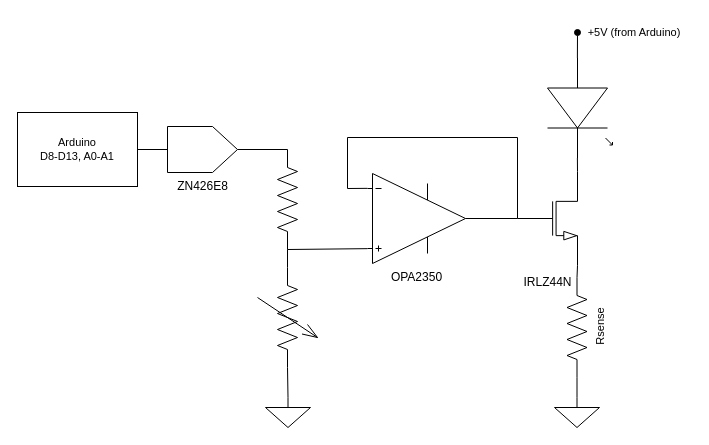
Above: docs/circuit_concept.drawio in tdietel/arduino-led-control (draw.io), before the change. Source tidied: cells renumbered, new cells numbered last; positions are measured from the earlier drawing's top-left corner, leaving out a move shared by most shapes. Both pictures are drawn from the tidied source at 100%, with x=0, y=0 at pixel (17, 17).
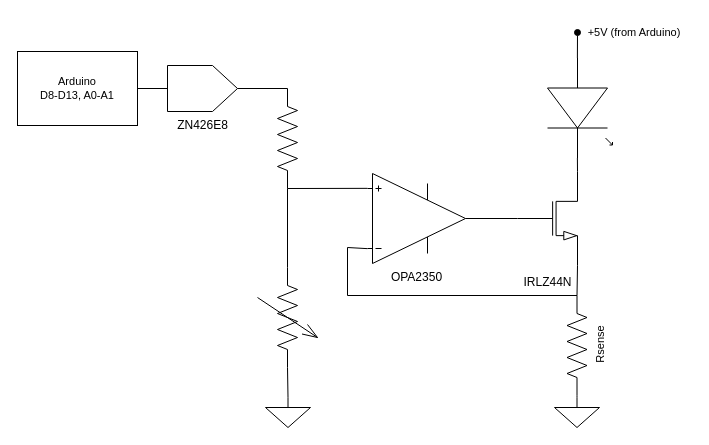
Above is the later version.

Commit message:
Fix schematic circuit

The change refers to these unchanged cells:
```xml
<mxCell id="5" value="IRLZ44N" style="verticalLabelPosition=bottom;shadow=0;dashed=0;align=center;html=1;verticalAlign=top;shape=mxgraph.electrical.transistors.nmos;" parent="1" vertex="1">
  <mxGeometry x="500" y="151" width="60" height="100" as="geometry" />
</mxCell>
```

What changed in the source:
```diff
@@
-    <mxCell id="4" value="OPA2350" style="verticalLabelPosition=bottom;shadow=0;align=center;html=1;verticalAlign=top;shape=mxgraph.electrical.abstract.operational_amp_1;" parent="1" vertex="1">
+    <mxCell id="4" value="OPA2350" style="verticalLabelPosition=bottom;shadow=0;align=center;html=1;verticalAlign=top;shape=mxgraph.electrical.abstract.operational_amp_1;flipV=1;" parent="1" vertex="1">
       <mxGeometry x="350" y="156" width="98" height="90" as="geometry" />
     </mxCell>
@@
     <mxCell id="6" value="ZN426E8" style="verticalLabelPosition=bottom;shadow=0;dashed=0;align=center;html=1;verticalAlign=top;shape=mxgraph.electrical.abstract.dac;" parent="1" vertex="1">
-      <mxGeometry x="150" y="109" width="70" height="46" as="geometry" />
+      <mxGeometry x="150" y="48" width="70" height="46" as="geometry" />
     </mxCell>
@@
     <mxCell id="11" value="Rsense" style="verticalLabelPosition=bottom;shadow=0;dashed=0;align=center;html=1;verticalAlign=top;shape=mxgraph.electrical.resistors.resistor_2;fontFamily=Helvetica;fontSize=11;fontColor=default;labelBackgroundColor=default;rotation=-90;" parent="1" vertex="1">
-      <mxGeometry x="509.5" y="300" width="100" height="20" as="geometry" />
+      <mxGeometry x="509.5" y="318" width="100" height="20" as="geometry" />
     </mxCell>
@@
-    <mxCell id="14" style="edgeStyle=none;shape=connector;rounded=0;html=1;exitX=0;exitY=0.5;exitDx=0;exitDy=0;exitPerimeter=0;entryX=0;entryY=0.165;entryDx=0;entryDy=0;entryPerimeter=0;strokeColor=default;align=center;verticalAlign=middle;fontFamily=Helvetica;fontSize=11;fontColor=default;labelBackgroundColor=default;endArrow=none;endFill=0;curved=0;" parent="1" edge="1" source="5" target="4">
-      <mxGeometry relative="1" as="geometry">
-        <Array as="points">
-          <mxPoint x="500" y="120" />
-          <mxPoint x="330" y="120" />
-          <mxPoint x="330" y="171" />
-        </Array>
-      </mxGeometry>
-    </mxCell>
     <mxCell id="15" style="verticalLabelPosition=bottom;shadow=0;dashed=0;align=center;html=1;verticalAlign=top;shape=mxgraph.electrical.resistors.resistor_2;fontFamily=Helvetica;fontSize=11;fontColor=default;labelBackgroundColor=default;rotation=90;" parent="1" vertex="1">
-      <mxGeometry x="220" y="172" width="100" height="20" as="geometry" />
+      <mxGeometry x="220" y="111" width="100" height="20" as="geometry" />
     </mxCell>
@@
     <mxCell id="22" value="Arduino&lt;div&gt;D8-D13, A0-A1&lt;/div&gt;" style="rounded=0;whiteSpace=wrap;html=1;fontFamily=Helvetica;fontSize=11;fontColor=default;labelBackgroundColor=default;" parent="1" vertex="1">
-      <mxGeometry y="95" width="120" height="74" as="geometry" />
+      <mxGeometry y="34" width="120" height="74" as="geometry" />
     </mxCell>
@@
+    <mxCell id="24" style="edgeStyle=none;shape=connector;rounded=0;html=1;exitX=0;exitY=0.165;exitDx=0;exitDy=0;exitPerimeter=0;entryX=1;entryY=0.5;entryDx=0;entryDy=0;entryPerimeter=0;strokeColor=default;align=center;verticalAlign=middle;fontFamily=Helvetica;fontSize=11;fontColor=default;labelBackgroundColor=default;endArrow=none;endFill=0;curved=0;" parent="1" edge="1" source="4" target="11">
+      <mxGeometry relative="1" as="geometry">
+        <Array as="points">
+          <mxPoint x="330" y="230" />
+          <mxPoint x="330" y="278" />
+        </Array>
+      </mxGeometry>
+    </mxCell>
```
